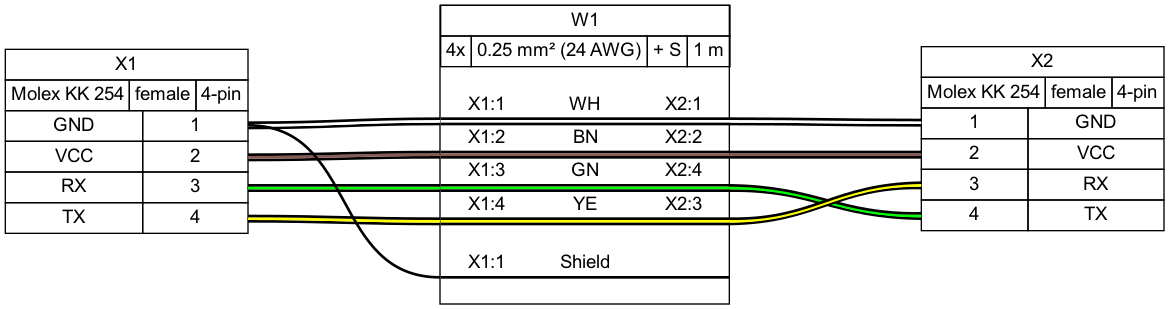
This is tutorial/tutorial03.png from wireviz/WireViz, a Graphviz export, as it was before one commit. Its source is kept beside it as tutorial/tutorial03.gv.
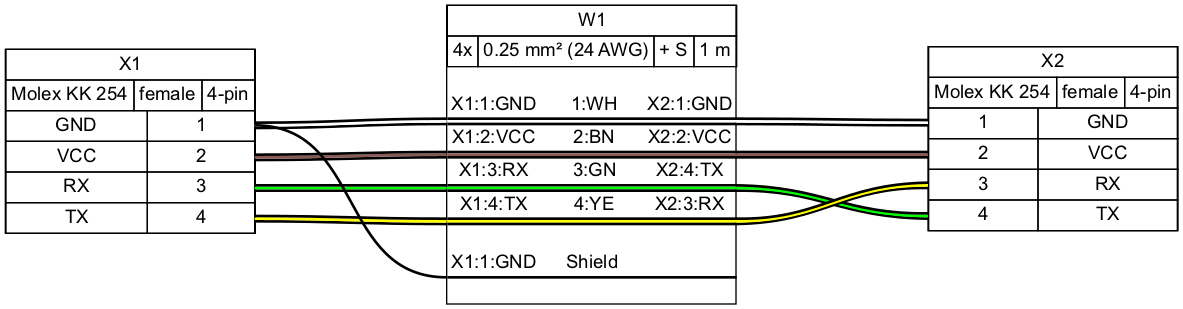
Later version of the same file.

Change to the diagram source:
```diff
@@ -1,6 +1,6 @@
 graph {
-	graph [bgcolor=white fontname=arial nodesep=0.33 rankdir=LR ranksep=2]
-	node [fillcolor=white fontname=arial shape=record style=filled]
+	graph [bgcolor="#FFFFFF" fontname=arial nodesep=0.33 rankdir=LR ranksep=2]
+	node [fillcolor="#FFFFFF" fontname=arial height=0 margin=0 shape=none style=filled width=0]
 	edge [fontname=arial style=bold]
 	X1 [label=<
 <table border="0" cellspacing="0" cellpadding="0">
@@ -37,7 +37,7 @@
   </table>
  </td></tr>
 </table>
-> fillcolor=white margin=0 shape=none style=filled]
+> fillcolor="#FFFFFF" shape=box style=filled]
 	X2 [label=<
 <table border="0" cellspacing="0" cellpadding="0">
  <tr><td>
@@ -73,7 +73,7 @@
   </table>
  </td></tr>
 </table>
-> fillcolor=white margin=0 shape=none style=filled]
+> fillcolor="#FFFFFF" shape=box style=filled]
 	edge [color="#000000:#ffffff:#000000"]
 	X1:p1r:e -- W1:w1:w
 	W1:w1:e -- X2:p1l:w
@@ -107,9 +107,11 @@
   <table border="0" cellspacing="0" cellborder="0">
    <tr><td>&nbsp;</td></tr>
    <tr>
-    <td>X1:1</td>
-    <td>WH</td>
-    <td>X2:1</td>
+    <td>X1:1:GND</td>
+    <td>
+     1:WH
+    </td>
+    <td>X2:1:GND</td>
    </tr>
    <tr>
     <td colspan="3" border="0" cellspacing="0" cellpadding="0" port="w1" height="6">
@@ -121,9 +123,11 @@
     </td>
    </tr>
    <tr>
-    <td>X1:2</td>
-    <td>BN</td>
-    <td>X2:2</td>
+    <td>X1:2:VCC</td>
+    <td>
+     2:BN
+    </td>
+    <td>X2:2:VCC</td>
    </tr>
    <tr>
     <td colspan="3" border="0" cellspacing="0" cellpadding="0" port="w2" height="6">
@@ -135,9 +139,11 @@
     </td>
    </tr>
    <tr>
-    <td>X1:3</td>
-    <td>GN</td>
-    <td>X2:4</td>
+    <td>X1:3:RX</td>
+    <td>
+     3:GN
+    </td>
+    <td>X2:4:TX</td>
    </tr>
    <tr>
     <td colspan="3" border="0" cellspacing="0" cellpadding="0" port="w3" height="6">
@@ -149,9 +155,11 @@
     </td>
    </tr>
    <tr>
-    <td>X1:4</td>
-    <td>YE</td>
-    <td>X2:3</td>
+    <td>X1:4:TX</td>
+    <td>
+     4:YE
+    </td>
+    <td>X2:3:RX</td>
    </tr>
    <tr>
     <td colspan="3" border="0" cellspacing="0" cellpadding="0" port="w4" height="6">
@@ -164,7 +172,7 @@
    </tr>
    <tr><td>&nbsp;</td></tr>
    <tr>
-    <td>X1:1</td>
+    <td>X1:1:GND</td>
     <td>Shield</td>
     <td><!-- s_out --></td>
    </tr>
@@ -173,5 +181,5 @@
   </table>
  </td></tr>
 </table>
-> fillcolor=white margin=0 shape=box style=""]
+> fillcolor="#FFFFFF" shape=box style=filled]
 }
```
